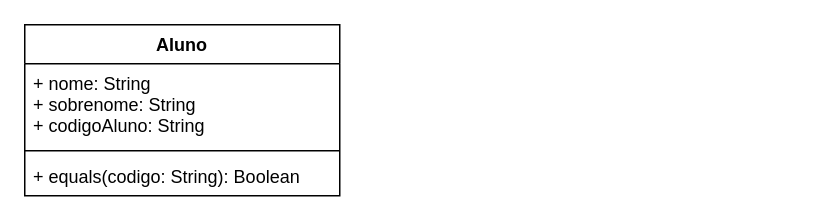
This is DesafioKotlin_UML.drawio from marina-saito/DH_Desafio_Kotlin, a draw.io file, before an edit. Source tidied: cells renumbered, new cells numbered last; positions are measured from the earlier drawing's top-left corner, leaving out a move shared by most shapes. Both pictures are drawn from the tidied source at 150%, with x=0, y=0 at pixel (24, 24).
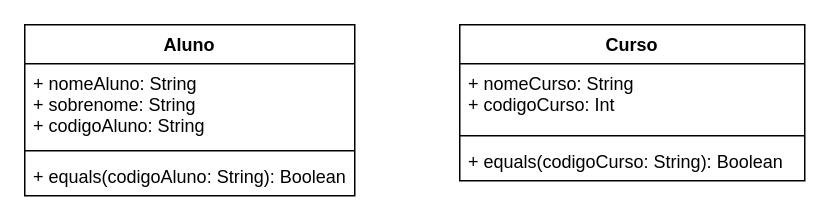
Above is the later version.

Commit message (it also covers changes not shown here):
Parte B - Criação da classe Curso

What changed in the source:
```diff
@@
 <mxGraphModel>
   <root>
     <mxCell id="0" />
     <mxCell id="1" parent="0" />
     <mxCell id="2" value="Aluno" style="swimlane;fontStyle=1;align=center;verticalAlign=top;horizontal=1;startSize=26;" parent="1" vertex="1">
-      <mxGeometry width="210" height="114" as="geometry" />
+      <mxGeometry width="220" height="114" as="geometry" />
     </mxCell>
-    <mxCell id="3" value="+ nome: String&#10;+ sobrenome: String&#10;+ codigoAluno: String" style="text;strokeColor=none;fillColor=none;align=left;verticalAlign=top;spacingLeft=4;spacingRight=4;overflow=hidden;" parent="2" vertex="1">
-      <mxGeometry y="26" width="210" height="54" as="geometry" />
+    <mxCell id="3" value="+ nomeAluno: String&#10;+ sobrenome: String&#10;+ codigoAluno: String" style="text;strokeColor=none;fillColor=none;align=left;verticalAlign=top;spacingLeft=4;spacingRight=4;overflow=hidden;" parent="2" vertex="1">
+      <mxGeometry y="26" width="220" height="54" as="geometry" />
     </mxCell>
     <mxCell id="4" style="line;strokeWidth=1;fillColor=none;align=left;verticalAlign=middle;spacingTop=-1;spacingLeft=3;spacingRight=3;labelPosition=right;" parent="2" vertex="1">
-      <mxGeometry y="80" width="210" height="8" as="geometry" />
+      <mxGeometry y="80" width="220" height="8" as="geometry" />
     </mxCell>
-    <mxCell id="5" value="+ equals(codigo: String): Boolean" style="text;strokeColor=none;fillColor=none;align=left;verticalAlign=top;spacingLeft=4;spacingRight=4;overflow=hidden;" parent="2" vertex="1">
-      <mxGeometry y="88" width="210" height="26" as="geometry" />
+    <mxCell id="5" value="+ equals(codigoAluno: String): Boolean" style="text;strokeColor=none;fillColor=none;align=left;verticalAlign=top;spacingLeft=4;spacingRight=4;overflow=hidden;" parent="2" vertex="1">
+      <mxGeometry y="88" width="220" height="26" as="geometry" />
     </mxCell>
+    <mxCell id="6" value="Curso" style="swimlane;fontStyle=1;align=center;verticalAlign=top;horizontal=1;startSize=26;" parent="1" vertex="1">
+      <mxGeometry x="290" width="230" height="104" as="geometry" />
+    </mxCell>
+    <mxCell id="7" value="+ nomeCurso: String&#10;+ codigoCurso: Int" style="text;strokeColor=none;fillColor=none;align=left;verticalAlign=top;spacingLeft=4;spacingRight=4;overflow=hidden;" parent="6" vertex="1">
+      <mxGeometry y="26" width="230" height="44" as="geometry" />
+    </mxCell>
+    <mxCell id="8" style="line;strokeWidth=1;fillColor=none;align=left;verticalAlign=middle;spacingTop=-1;spacingLeft=3;spacingRight=3;labelPosition=right;" parent="6" vertex="1">
+      <mxGeometry y="70" width="230" height="8" as="geometry" />
+    </mxCell>
+    <mxCell id="9" value="+ equals(codigoCurso: String): Boolean" style="text;strokeColor=none;fillColor=none;align=left;verticalAlign=top;spacingLeft=4;spacingRight=4;overflow=hidden;" parent="6" vertex="1">
+      <mxGeometry y="78" width="230" height="26" as="geometry" />
+    </mxCell>
   </root>
 </mxGraphModel>
```
